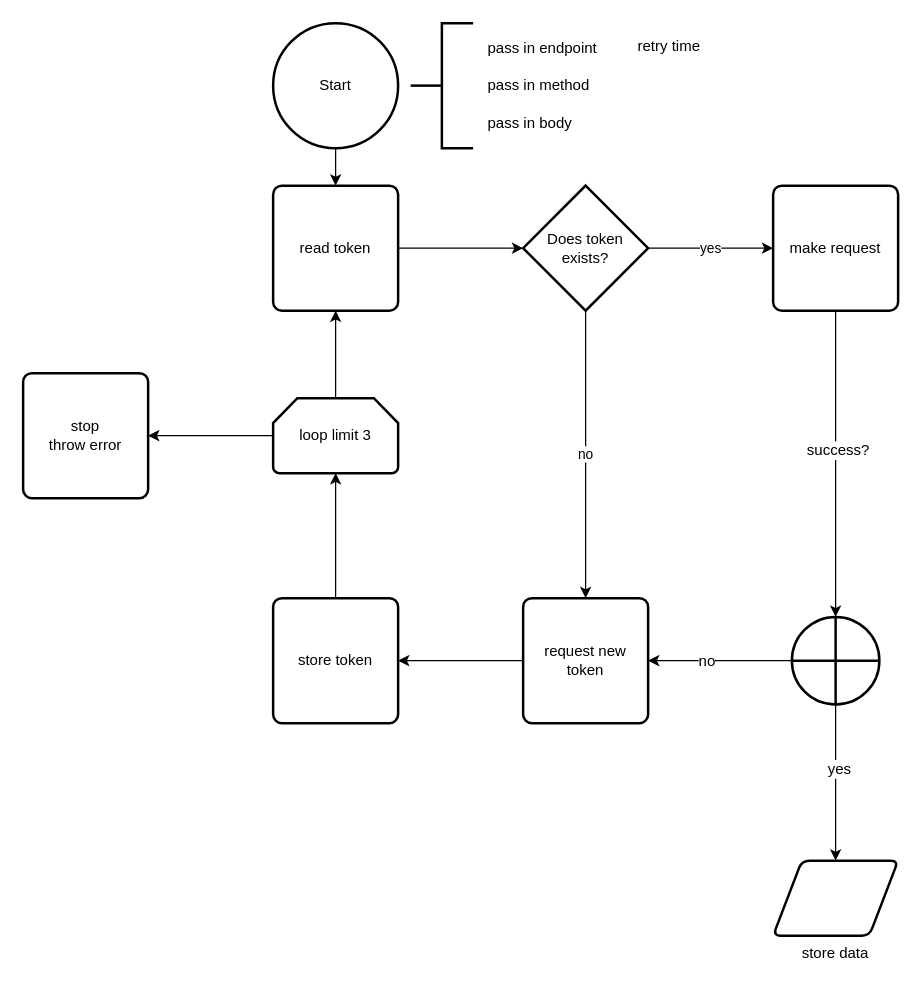
Before: sources/packages/flusshygiene-postgres-api/notes/request with jwt.drawio in technologiestiftung/flusshygiene, a draw.io diagram. Source tidied: cells renumbered, new cells numbered last; positions are measured from the earlier drawing's top-left corner, leaving out a move shared by most shapes. Both pictures are drawn from the tidied source at 125%, with x=0, y=0 at pixel (22, 22).
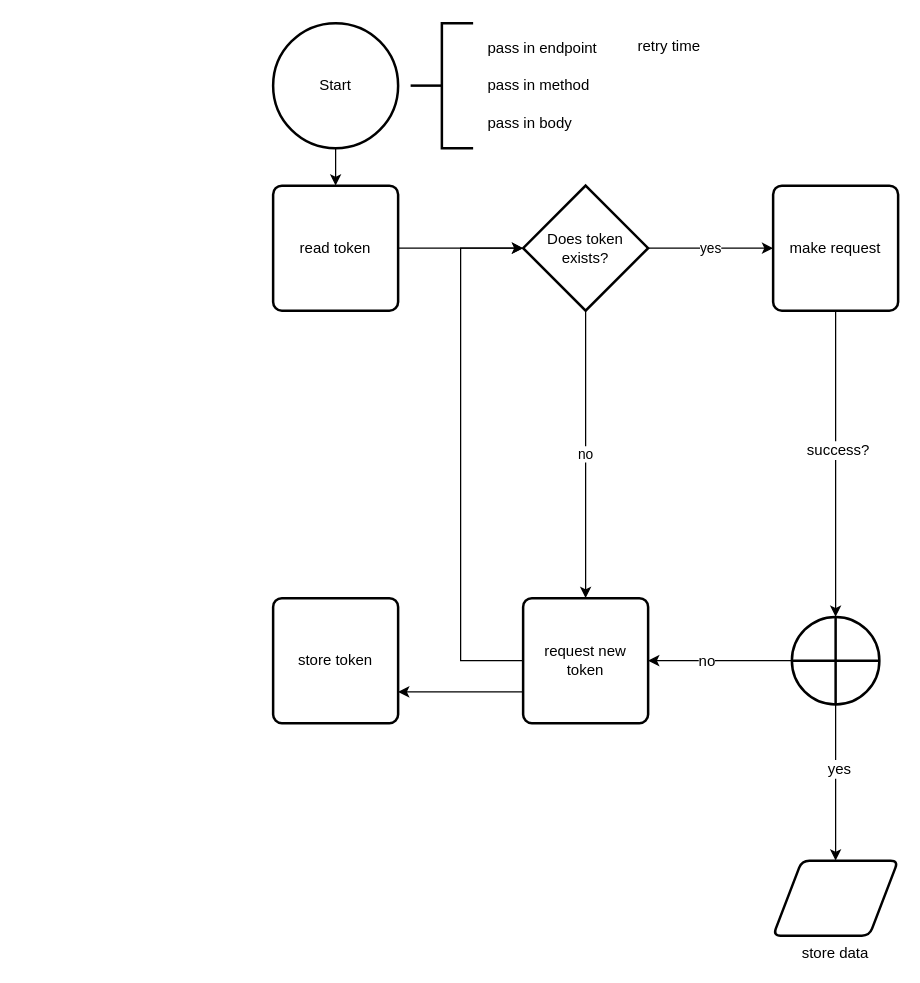
The same diagram, later.

Unchanged cells that the change refers to:
```xml
<mxCell id="3" value="read token" style="rounded=1;whiteSpace=wrap;html=1;absoluteArcSize=1;arcSize=14;strokeWidth=2;" parent="1" vertex="1">
  <mxGeometry x="200" y="130" width="100" height="100" as="geometry" />
</mxCell>
<mxCell id="8" value="Does token&lt;br&gt;exists?&lt;br&gt;" style="strokeWidth=2;html=1;shape=mxgraph.flowchart.decision;whiteSpace=wrap;" parent="1" vertex="1">
  <mxGeometry x="400" y="130" width="100" height="100" as="geometry" />
</mxCell>
<mxCell id="13" value="request new token" style="rounded=1;whiteSpace=wrap;html=1;absoluteArcSize=1;arcSize=14;strokeWidth=2;" parent="1" vertex="1">
  <mxGeometry x="400" y="460" width="100" height="100" as="geometry" />
</mxCell>
<mxCell id="15" value="store token" style="rounded=1;whiteSpace=wrap;html=1;absoluteArcSize=1;arcSize=14;strokeWidth=2;" parent="1" vertex="1">
  <mxGeometry x="200" y="460" width="100" height="100" as="geometry" />
</mxCell>
```

Change to the diagram source:
```diff
@@
-    <mxCell id="12" style="edgeStyle=orthogonalEdgeStyle;rounded=0;jettySize=auto;html=1;" parent="1" edge="1" source="13" target="15">
+    <mxCell id="12" style="edgeStyle=orthogonalEdgeStyle;rounded=0;jettySize=auto;html=1;exitX=0;exitY=0.75;exitDx=0;exitDy=0;entryX=1;entryY=0.75;entryDx=0;entryDy=0;" parent="1" edge="1" source="13" target="15">
       <mxGeometry relative="1" as="geometry" />
     </mxCell>
+    <mxCell id="31" style="edgeStyle=orthogonalEdgeStyle;rounded=0;jettySize=auto;html=1;exitX=0;exitY=0.5;exitDx=0;exitDy=0;entryX=0;entryY=0.5;entryDx=0;entryDy=0;entryPerimeter=0;" parent="1" edge="1" source="13" target="8">
+      <mxGeometry relative="1" as="geometry">
+        <Array as="points">
+          <mxPoint x="350" y="510" />
+          <mxPoint x="350" y="180" />
+        </Array>
+      </mxGeometry>
+    </mxCell>
@@
-    <mxCell id="14" style="edgeStyle=orthogonalEdgeStyle;rounded=0;jettySize=auto;html=1;exitX=0.5;exitY=0;exitDx=0;exitDy=0;entryX=0.5;entryY=1;entryDx=0;entryDy=0;entryPerimeter=0;" parent="1" edge="1" source="15" target="18">
-      <mxGeometry relative="1" as="geometry" />
-    </mxCell>
@@
-    <mxCell id="16" style="edgeStyle=orthogonalEdgeStyle;rounded=0;jettySize=auto;html=1;exitX=0.5;exitY=0;exitDx=0;exitDy=0;exitPerimeter=0;entryX=0.5;entryY=1;entryDx=0;entryDy=0;" parent="1" edge="1" source="18" target="3">
-      <mxGeometry relative="1" as="geometry" />
-    </mxCell>
-    <mxCell id="17" style="edgeStyle=orthogonalEdgeStyle;rounded=0;jettySize=auto;html=1;exitX=0;exitY=0.5;exitDx=0;exitDy=0;exitPerimeter=0;" parent="1" edge="1" source="18" target="19">
-      <mxGeometry relative="1" as="geometry" />
-    </mxCell>
-    <mxCell id="18" value="loop limit 3" style="strokeWidth=2;html=1;shape=mxgraph.flowchart.loop_limit;whiteSpace=wrap;" parent="1" vertex="1">
-      <mxGeometry x="200" y="300" width="100" height="60" as="geometry" />
-    </mxCell>
-    <mxCell id="19" value="stop&lt;br&gt;throw error&lt;br&gt;" style="rounded=1;whiteSpace=wrap;html=1;absoluteArcSize=1;arcSize=14;strokeWidth=2;" parent="1" vertex="1">
-      <mxGeometry y="280" width="100" height="100" as="geometry" />
-    </mxCell>
```
